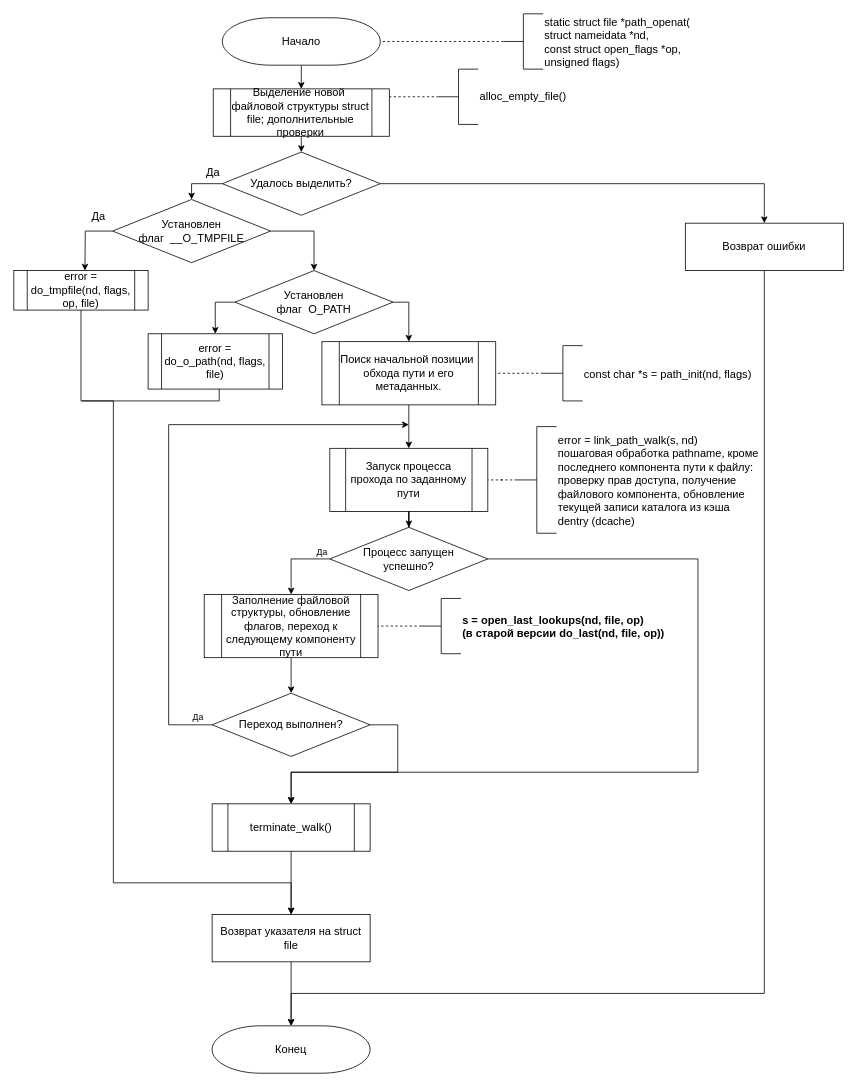
This is page "path_openat" (9 of 11) of lab_06/tex/img/clean.drawio from alena-zayts/BMSTU_6sem_operating_systems, a draw.io file, before an edit. Source tidied: cells renumbered, new cells numbered last; positions are measured from the earlier drawing's top-left corner, leaving out a move shared by most shapes. Both pictures are drawn from the tidied source at 79%, with x=0, y=0 at pixel (13, 13).
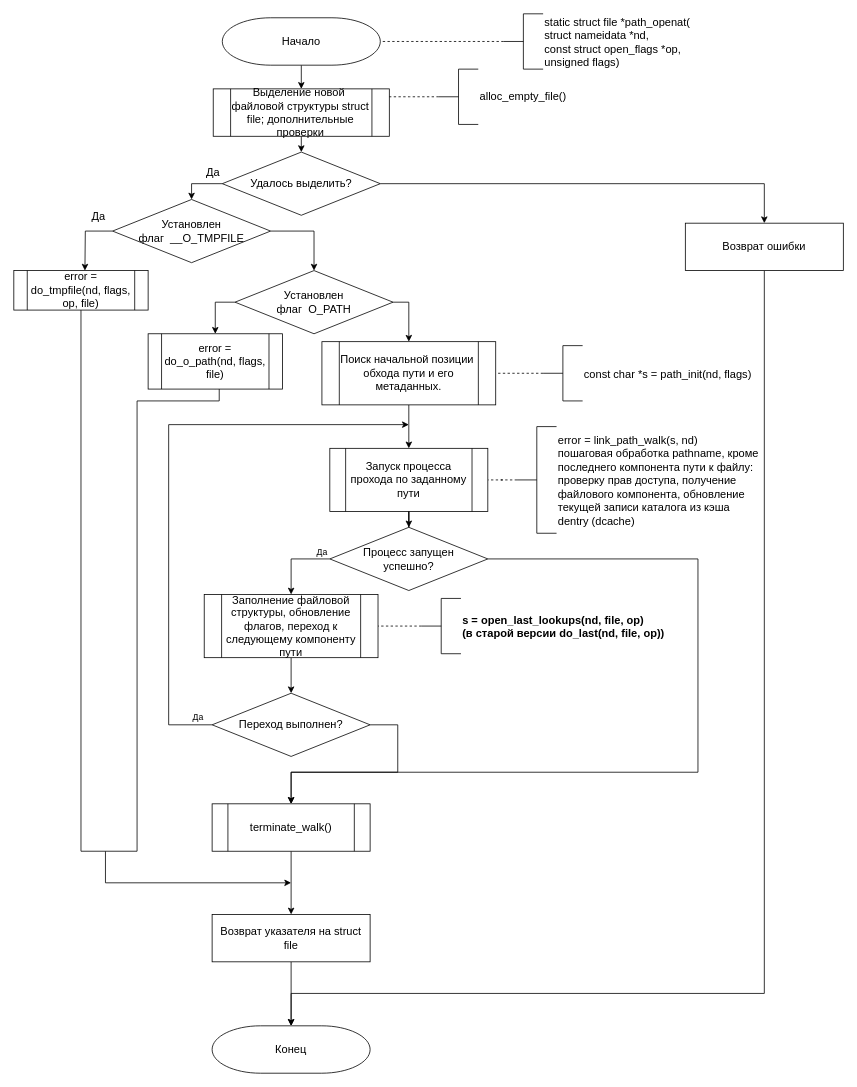
After the change.

Unchanged cells that the change refers to:
```xml
<mxCell id="27" value="error = do_tmpfile(nd, flags, op, file)" style="shape=process;whiteSpace=wrap;backgroundOutline=1;fontSize=14;" parent="1" vertex="1">
  <mxGeometry y="325" width="170" height="50" as="geometry" />
</mxCell>
<mxCell id="30" value="error = do_o_path(nd, flags, file)" style="shape=process;whiteSpace=wrap;backgroundOutline=1;fontSize=14;" parent="1" vertex="1">
  <mxGeometry x="170" y="405" width="170" height="70" as="geometry" />
</mxCell>
<mxCell id="37" value="Возврат указателя на struct file" style="rounded=0;whiteSpace=wrap;strokeWidth=1;fontSize=14;" parent="1" vertex="1">
  <mxGeometry x="251" y="1140" width="200" height="60" as="geometry" />
</mxCell>
```

Change to the diagram source:
```diff
@@
-    <mxCell id="9" style="edgeStyle=orthogonalEdgeStyle;rounded=0;jettySize=auto;html=1;fontSize=14;endArrow=classic;endFill=1;entryX=0.5;entryY=0;entryDx=0;entryDy=0;exitX=0.5;exitY=1;exitDx=0;exitDy=0;" parent="1" edge="1" source="27" target="37">
+    <mxCell id="9" style="edgeStyle=orthogonalEdgeStyle;rounded=0;jettySize=auto;html=1;fontSize=14;endArrow=classic;endFill=1;exitX=0.5;exitY=1;exitDx=0;exitDy=0;" parent="1" edge="1" source="27">
       <mxGeometry relative="1" as="geometry">
+        <mxPoint x="351" y="1100" as="targetPoint" />
         <Array as="points">
-          <mxPoint x="85" y="490" />
-          <mxPoint x="126" y="490" />
-          <mxPoint x="126" y="1100" />
-          <mxPoint x="351" y="1100" />
+          <mxPoint x="85" y="1060" />
+          <mxPoint x="116" y="1060" />
+          <mxPoint x="116" y="1100" />
         </Array>
       </mxGeometry>
     </mxCell>
@@
     <mxCell id="29" style="edgeStyle=orthogonalEdgeStyle;rounded=0;jettySize=auto;html=0;endArrow=none;endFill=0;fontFamily=Helvetica;fontSize=14;exitX=0.5;exitY=1;exitDx=0;exitDy=0;" parent="1" edge="1" source="30">
       <mxGeometry relative="1" as="geometry">
-        <mxPoint x="86" y="490" as="targetPoint" />
+        <mxPoint x="116" y="1060" as="targetPoint" />
         <Array as="points">
           <mxPoint x="255" y="455" />
           <mxPoint x="260" y="455" />
           <mxPoint x="260" y="490" />
-          <mxPoint x="86" y="490" />
+          <mxPoint x="156" y="490" />
         </Array>
       </mxGeometry>
     </mxCell>
```
